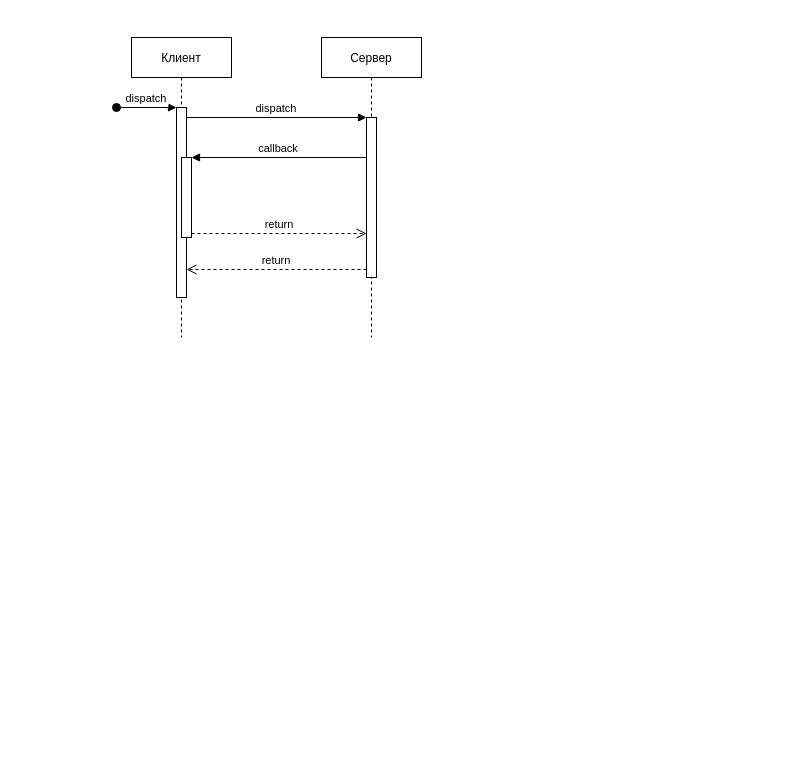
Before: page "Page-1" (1 of 2) of Диаграмма последовательности.drawio in DarkReduX/Diagrams-for-projects, a draw.io diagram. Source tidied: cells renumbered, new cells numbered last; positions are measured from the earlier drawing's top-left corner, leaving out a move shared by most shapes. Both pictures are drawn from the tidied source at 100%, with x=0, y=0 at pixel (116, 37).
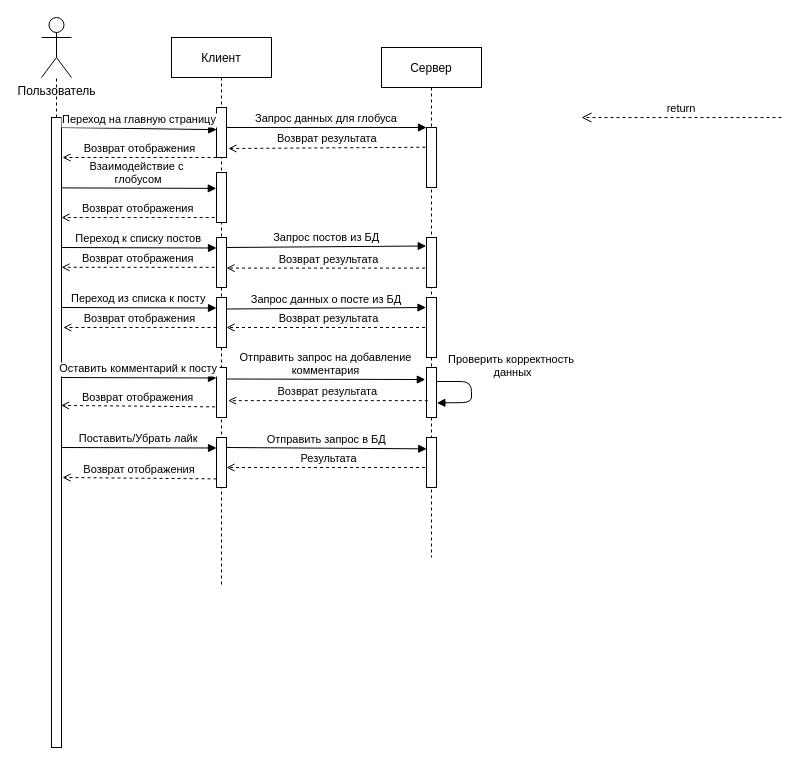
After the change.

What changed in the source:
```diff
@@
+    <mxCell id="12" value="Результата" style="verticalAlign=bottom;endArrow=open;shadow=0;strokeWidth=1;entryX=0.964;entryY=0.457;entryDx=0;entryDy=0;entryPerimeter=0;dashed=1;endFill=0;" parent="1" edge="1" source="6">
+      <mxGeometry relative="1" as="geometry">
+        <mxPoint x="110" y="430" as="targetPoint" />
+      </mxGeometry>
+    </mxCell>
+    <mxCell id="13" value="Проверить корректность&#10; данных" style="verticalAlign=bottom;endArrow=block;shadow=0;strokeWidth=1;entryX=1.037;entryY=0.709;entryDx=0;entryDy=0;entryPerimeter=0;" parent="1" edge="1" target="38">
+      <mxGeometry x="-0.23" y="40" relative="1" as="geometry">
+        <mxPoint x="320" y="344" as="sourcePoint" />
+        <Array as="points">
+          <mxPoint x="355" y="344" />
+          <mxPoint x="355" y="365" />
+        </Array>
+      </mxGeometry>
+    </mxCell>
+    <mxCell id="14" value="Возврат результата" style="verticalAlign=bottom;endArrow=open;shadow=0;strokeWidth=1;dashed=1;endFill=0;" parent="1" edge="1">
+      <mxGeometry relative="1" as="geometry">
+        <mxPoint x="314.5" y="290" as="sourcePoint" />
+        <mxPoint x="110" y="290" as="targetPoint" />
+      </mxGeometry>
+    </mxCell>
     <mxCell id="2" value="Клиент" style="shape=umlLifeline;perimeter=lifelinePerimeter;rounded=0;shadow=0;strokeWidth=1;" parent="1" vertex="1">
-      <mxGeometry x="15" width="100" height="300" as="geometry" />
+      <mxGeometry x="55" width="100" height="550" as="geometry" />
     </mxCell>
     <mxCell id="3" style="points=[];perimeter=orthogonalPerimeter;rounded=0;shadow=0;strokeWidth=1;" parent="2" vertex="1">
-      <mxGeometry x="45" y="70" width="10" height="190" as="geometry" />
+      <mxGeometry x="45" y="70" width="10" height="50" as="geometry" />
     </mxCell>
-    <mxCell id="4" value="dispatch" style="verticalAlign=bottom;startArrow=oval;endArrow=block;startSize=8;shadow=0;strokeWidth=1;" parent="2" edge="1" target="3">
-      <mxGeometry relative="1" as="geometry">
-        <mxPoint x="-15" y="70" as="sourcePoint" />
-      </mxGeometry>
-    </mxCell>
-    <mxCell id="5" style="points=[];perimeter=orthogonalPerimeter;rounded=0;shadow=0;strokeWidth=1;" parent="2" vertex="1">
-      <mxGeometry x="50" y="120" width="10" height="80" as="geometry" />
-    </mxCell>
+    <mxCell id="15" style="perimeter=orthogonalPerimeter;rounded=0;shadow=0;strokeWidth=1;" parent="2" vertex="1">
+      <mxGeometry x="45" y="200" width="10" height="50" as="geometry" />
+    </mxCell>
+    <mxCell id="16" style="perimeter=orthogonalPerimeter;rounded=0;shadow=0;strokeWidth=1;" parent="2" vertex="1">
+      <mxGeometry x="45" y="260" width="10" height="50" as="geometry" />
+    </mxCell>
+    <mxCell id="17" style="points=[];perimeter=orthogonalPerimeter;rounded=0;shadow=0;strokeWidth=1;" parent="2" vertex="1">
+      <mxGeometry x="45" y="330" width="10" height="50" as="geometry" />
+    </mxCell>
+    <mxCell id="18" style="perimeter=orthogonalPerimeter;rounded=0;shadow=0;strokeWidth=1;" parent="2" vertex="1">
+      <mxGeometry x="45" y="400" width="10" height="50" as="geometry" />
+    </mxCell>
     <mxCell id="6" value="Сервер" style="shape=umlLifeline;perimeter=lifelinePerimeter;rounded=0;shadow=0;strokeWidth=1;" parent="1" vertex="1">
-      <mxGeometry x="205" width="100" height="300" as="geometry" />
+      <mxGeometry x="265" y="10" width="100" height="510" as="geometry" />
     </mxCell>
     <mxCell id="7" style="points=[];perimeter=orthogonalPerimeter;rounded=0;shadow=0;strokeWidth=1;" parent="6" vertex="1">
-      <mxGeometry x="45" y="80" width="10" height="160" as="geometry" />
+      <mxGeometry x="45" y="80" width="10" height="60" as="geometry" />
     </mxCell>
-    <mxCell id="8" value="return" style="verticalAlign=bottom;endArrow=open;dashed=1;endSize=8;exitX=0;exitY=0.95;shadow=0;strokeWidth=1;" parent="1" edge="1" source="7" target="3">
-      <mxGeometry relative="1" as="geometry" />
-    </mxCell>
+    <mxCell id="19" style="perimeter=orthogonalPerimeter;rounded=0;shadow=0;strokeWidth=1;" parent="6" vertex="1">
+      <mxGeometry x="45" y="250" width="10" height="60" as="geometry" />
+    </mxCell>
-    <mxCell id="9" value="dispatch" style="verticalAlign=bottom;endArrow=block;entryX=0;entryY=0;shadow=0;strokeWidth=1;" parent="1" edge="1" source="3" target="7">
+    <mxCell id="9" value="Запрос данных для глобуса" style="verticalAlign=bottom;endArrow=block;entryX=0;entryY=0;shadow=0;strokeWidth=1;" parent="1" edge="1" source="3" target="7">
       <mxGeometry relative="1" as="geometry" />
     </mxCell>
-    <mxCell id="10" value="callback" style="verticalAlign=bottom;endArrow=block;entryX=1;entryY=0;shadow=0;strokeWidth=1;" parent="1" edge="1" source="7" target="5">
-      <mxGeometry relative="1" as="geometry" />
+    <mxCell id="10" value="Возврат результата" style="verticalAlign=bottom;endArrow=open;shadow=0;strokeWidth=1;exitX=-0.119;exitY=0.329;exitDx=0;exitDy=0;exitPerimeter=0;dashed=1;endFill=0;" parent="1" edge="1" source="7">
+      <mxGeometry relative="1" as="geometry">
+        <mxPoint x="112" y="111" as="targetPoint" />
+      </mxGeometry>
     </mxCell>
-    <mxCell id="11" value="return" style="verticalAlign=bottom;endArrow=open;dashed=1;endSize=8;exitX=1;exitY=0.95;shadow=0;strokeWidth=1;" parent="1" edge="1" source="5" target="7">
-      <mxGeometry relative="1" as="geometry" />
-    </mxCell>
+    <mxCell id="20" value="Пользователь" style="shape=umlActor;verticalLabelPosition=bottom;verticalAlign=top;html=1;outlineConnect=0;" parent="1" vertex="1">
+      <mxGeometry x="-75" y="-20" width="30" height="60" as="geometry" />
+    </mxCell>
+    <mxCell id="21" style="endArrow=none;dashed=1;html=1;" parent="1" edge="1" target="20">
+      <mxGeometry relative="1" as="geometry">
+        <mxPoint x="-60" y="320" as="sourcePoint" />
+      </mxGeometry>
+    </mxCell>
+    <mxCell id="22" style="rounded=0;whiteSpace=wrap;html=1;" parent="1" vertex="1">
+      <mxGeometry x="-65" y="80" width="10" height="630" as="geometry" />
+    </mxCell>
+    <mxCell id="23" value="Взаимодействие с &#10;глобусом" style="verticalAlign=bottom;endArrow=block;shadow=0;strokeWidth=1;entryX=-0.02;entryY=0.318;entryDx=0;entryDy=0;entryPerimeter=0;" parent="1" edge="1" target="27">
+      <mxGeometry relative="1" as="geometry">
+        <mxPoint x="-55" y="150.4" as="sourcePoint" />
+      </mxGeometry>
+    </mxCell>
+    <mxCell id="24" value="Возврат отображения " style="verticalAlign=bottom;endArrow=open;shadow=0;strokeWidth=1;dashed=1;endFill=0;" parent="1" edge="1" source="3">
+      <mxGeometry x="-0.02" relative="1" as="geometry">
+        <mxPoint x="-54" y="120" as="targetPoint" />
+      </mxGeometry>
+    </mxCell>
+    <mxCell id="25" value="Переход на главную страницу" style="verticalAlign=bottom;endArrow=block;shadow=0;strokeWidth=1;entryX=0.021;entryY=0.443;entryDx=0;entryDy=0;entryPerimeter=0;" parent="1" edge="1" target="3">
+      <mxGeometry relative="1" as="geometry">
+        <mxPoint x="-55" y="90" as="sourcePoint" />
+      </mxGeometry>
+    </mxCell>
+    <mxCell id="8" value="return" style="verticalAlign=bottom;endArrow=open;dashed=1;endSize=8;exitX=0;exitY=0.95;shadow=0;strokeWidth=1;" parent="1" edge="1">
+      <mxGeometry relative="1" as="geometry">
+        <mxPoint x="665" y="80" as="sourcePoint" />
+        <mxPoint x="465" y="80" as="targetPoint" />
+      </mxGeometry>
+    </mxCell>
+    <mxCell id="26" value="Возврат отображения" style="verticalAlign=bottom;endArrow=open;shadow=0;strokeWidth=1;entryX=0.964;entryY=0.457;entryDx=0;entryDy=0;entryPerimeter=0;dashed=1;endFill=0;exitX=-0.14;exitY=0.787;exitDx=0;exitDy=0;exitPerimeter=0;" parent="1" edge="1" source="17" target="22">
+      <mxGeometry relative="1" as="geometry" />
+    </mxCell>
+    <mxCell id="27" style="points=[];perimeter=orthogonalPerimeter;rounded=0;shadow=0;strokeWidth=1;" parent="1" vertex="1">
+      <mxGeometry x="100" y="135" width="10" height="50" as="geometry" />
+    </mxCell>
+    <mxCell id="28" value="Переход к списку постов" style="verticalAlign=bottom;endArrow=block;shadow=0;strokeWidth=1;entryX=-0.02;entryY=0.318;entryDx=0;entryDy=0;entryPerimeter=0;" parent="1" edge="1">
+      <mxGeometry relative="1" as="geometry">
+        <mxPoint x="-54.8" y="210" as="sourcePoint" />
+        <mxPoint x="100" y="210.5" as="targetPoint" />
+      </mxGeometry>
+    </mxCell>
+    <mxCell id="29" value="Запрос постов из БД" style="verticalAlign=bottom;endArrow=block;shadow=0;strokeWidth=1;entryX=-0.028;entryY=0.17;entryDx=0;entryDy=0;entryPerimeter=0;" parent="1" edge="1" target="34">
+      <mxGeometry relative="1" as="geometry">
+        <mxPoint x="110.2" y="210" as="sourcePoint" />
+      </mxGeometry>
+    </mxCell>
+    <mxCell id="30" value="Возврат результата" style="verticalAlign=bottom;endArrow=open;shadow=0;strokeWidth=1;dashed=1;endFill=0;" parent="1" edge="1" source="6">
+      <mxGeometry relative="1" as="geometry">
+        <mxPoint x="110" y="230.6" as="targetPoint" />
+      </mxGeometry>
+    </mxCell>
+    <mxCell id="31" value="Возврат отображения " style="verticalAlign=bottom;endArrow=open;shadow=0;strokeWidth=1;entryX=1.183;entryY=0.181;entryDx=0;entryDy=0;entryPerimeter=0;dashed=1;endFill=0;" parent="1" edge="1">
+      <mxGeometry x="-0.02" relative="1" as="geometry">
+        <mxPoint x="98.2" y="229.8" as="sourcePoint" />
+        <mxPoint x="-55" y="229.8" as="targetPoint" />
+      </mxGeometry>
+    </mxCell>
+    <mxCell id="32" value="Переход из списка к посту" style="verticalAlign=bottom;endArrow=block;shadow=0;strokeWidth=1;entryX=-0.02;entryY=0.318;entryDx=0;entryDy=0;entryPerimeter=0;" parent="1" edge="1">
+      <mxGeometry relative="1" as="geometry">
+        <mxPoint x="-54.8" y="270" as="sourcePoint" />
+        <mxPoint x="100" y="270.5" as="targetPoint" />
+      </mxGeometry>
+    </mxCell>
+    <mxCell id="33" value="Возврат отображения " style="verticalAlign=bottom;endArrow=open;shadow=0;strokeWidth=1;entryX=1.183;entryY=0.181;entryDx=0;entryDy=0;entryPerimeter=0;dashed=1;endFill=0;" parent="1" edge="1">
+      <mxGeometry x="-0.02" relative="1" as="geometry">
+        <mxPoint x="100" y="290" as="sourcePoint" />
+        <mxPoint x="-53.2" y="290" as="targetPoint" />
+      </mxGeometry>
+    </mxCell>
+    <mxCell id="34" style="points=[];perimeter=orthogonalPerimeter;rounded=0;shadow=0;strokeWidth=1;" parent="1" vertex="1">
+      <mxGeometry x="310" y="200" width="10" height="50" as="geometry" />
+    </mxCell>
+    <mxCell id="35" value="Запрос данных о посте из БД" style="verticalAlign=bottom;endArrow=block;shadow=0;strokeWidth=1;entryX=-0.028;entryY=0.17;entryDx=0;entryDy=0;entryPerimeter=0;" parent="1" edge="1">
+      <mxGeometry relative="1" as="geometry">
+        <mxPoint x="110" y="271.5" as="sourcePoint" />
+        <mxPoint x="309.5" y="270" as="targetPoint" />
+      </mxGeometry>
+    </mxCell>
+    <mxCell id="36" value="Оставить комментарий к посту" style="verticalAlign=bottom;endArrow=block;shadow=0;strokeWidth=1;entryX=-0.02;entryY=0.318;entryDx=0;entryDy=0;entryPerimeter=0;" parent="1" edge="1">
+      <mxGeometry relative="1" as="geometry">
+        <mxPoint x="-54.8" y="340" as="sourcePoint" />
+        <mxPoint x="100" y="340.5" as="targetPoint" />
+      </mxGeometry>
+    </mxCell>
+    <mxCell id="37" value="Отправить запрос на добавление&#10;комментария" style="verticalAlign=bottom;endArrow=block;shadow=0;strokeWidth=1;entryX=-0.119;entryY=0.241;entryDx=0;entryDy=0;entryPerimeter=0;" parent="1" edge="1" target="38">
+      <mxGeometry relative="1" as="geometry">
+        <mxPoint x="110.5" y="341.5" as="sourcePoint" />
+      </mxGeometry>
+    </mxCell>
+    <mxCell id="38" style="points=[];perimeter=orthogonalPerimeter;rounded=0;shadow=0;strokeWidth=1;" parent="1" vertex="1">
+      <mxGeometry x="310" y="330" width="10" height="50" as="geometry" />
+    </mxCell>
+    <mxCell id="39" value="Возврат результата" style="verticalAlign=bottom;endArrow=open;shadow=0;strokeWidth=1;dashed=1;endFill=0;exitX=0.132;exitY=0.663;exitDx=0;exitDy=0;exitPerimeter=0;entryX=1.17;entryY=0.663;entryDx=0;entryDy=0;entryPerimeter=0;" parent="1" edge="1" source="38" target="17">
+      <mxGeometry relative="1" as="geometry" />
+    </mxCell>
+    <mxCell id="40" value="Поставить/Убрать лайк" style="verticalAlign=bottom;endArrow=block;shadow=0;strokeWidth=1;entryX=-0.02;entryY=0.318;entryDx=0;entryDy=0;entryPerimeter=0;" parent="1" edge="1">
+      <mxGeometry relative="1" as="geometry">
+        <mxPoint x="-54.8" y="410" as="sourcePoint" />
+        <mxPoint x="100" y="410.5" as="targetPoint" />
+      </mxGeometry>
+    </mxCell>
+    <mxCell id="41" value="Возврат отображения" style="verticalAlign=bottom;endArrow=open;shadow=0;strokeWidth=1;entryX=0.964;entryY=0.457;entryDx=0;entryDy=0;entryPerimeter=0;dashed=1;endFill=0;exitX=-0.14;exitY=0.787;exitDx=0;exitDy=0;exitPerimeter=0;" parent="1" edge="1">
+      <mxGeometry relative="1" as="geometry">
+        <mxPoint x="100" y="441.4" as="sourcePoint" />
+        <mxPoint x="-54" y="440" as="targetPoint" />
+      </mxGeometry>
+    </mxCell>
+    <mxCell id="42" value="Отправить запрос в БД" style="verticalAlign=bottom;endArrow=block;shadow=0;strokeWidth=1;entryX=0.024;entryY=0.227;entryDx=0;entryDy=0;entryPerimeter=0;" parent="1" edge="1" target="43">
+      <mxGeometry relative="1" as="geometry">
+        <mxPoint x="110.2" y="410" as="sourcePoint" />
+      </mxGeometry>
+    </mxCell>
+    <mxCell id="43" style="points=[];perimeter=orthogonalPerimeter;rounded=0;shadow=0;strokeWidth=1;" parent="1" vertex="1">
+      <mxGeometry x="310" y="400" width="10" height="50" as="geometry" />
+    </mxCell>
+    <mxCell id="44" value="Возврат отображения " style="verticalAlign=bottom;endArrow=open;shadow=0;strokeWidth=1;entryX=1.183;entryY=0.181;entryDx=0;entryDy=0;entryPerimeter=0;dashed=1;endFill=0;" parent="1" edge="1">
+      <mxGeometry x="-0.02" relative="1" as="geometry">
+        <mxPoint x="98.2" y="180" as="sourcePoint" />
+        <mxPoint x="-55" y="180" as="targetPoint" />
+      </mxGeometry>
+    </mxCell>
```
